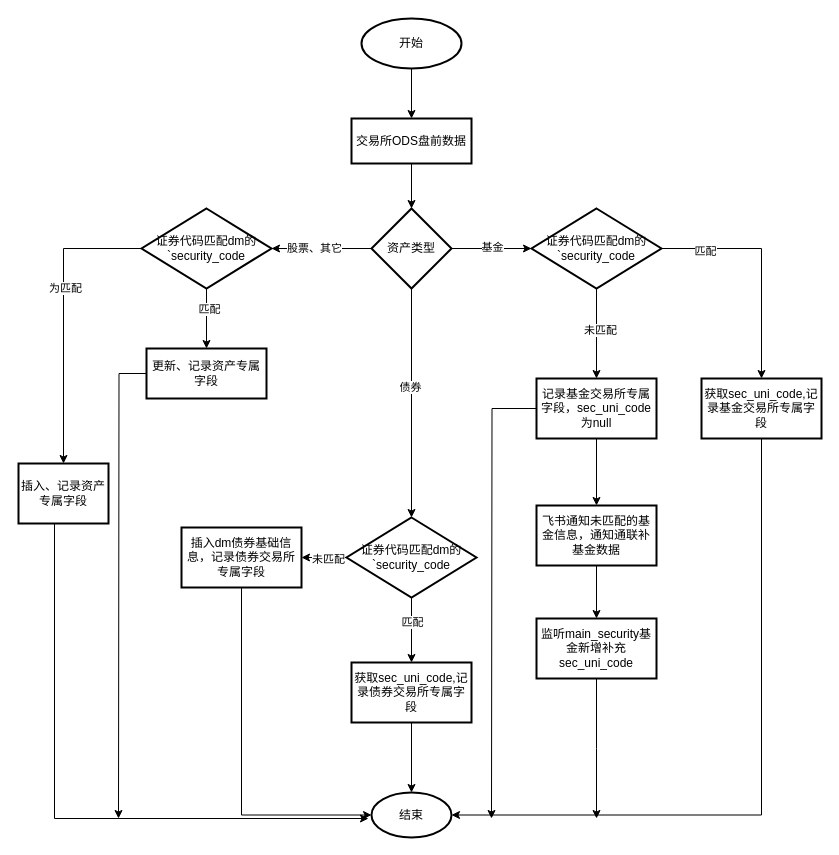
Earlier version of the draw.io diagram 未命名绘图.drawio (xbluckly/test). Source tidied: cells renumbered, new cells numbered last; positions are measured from the earlier drawing's top-left corner, leaving out a move shared by most shapes. Both pictures are drawn from the tidied source at 100%, with x=0, y=0 at pixel (18, 18).
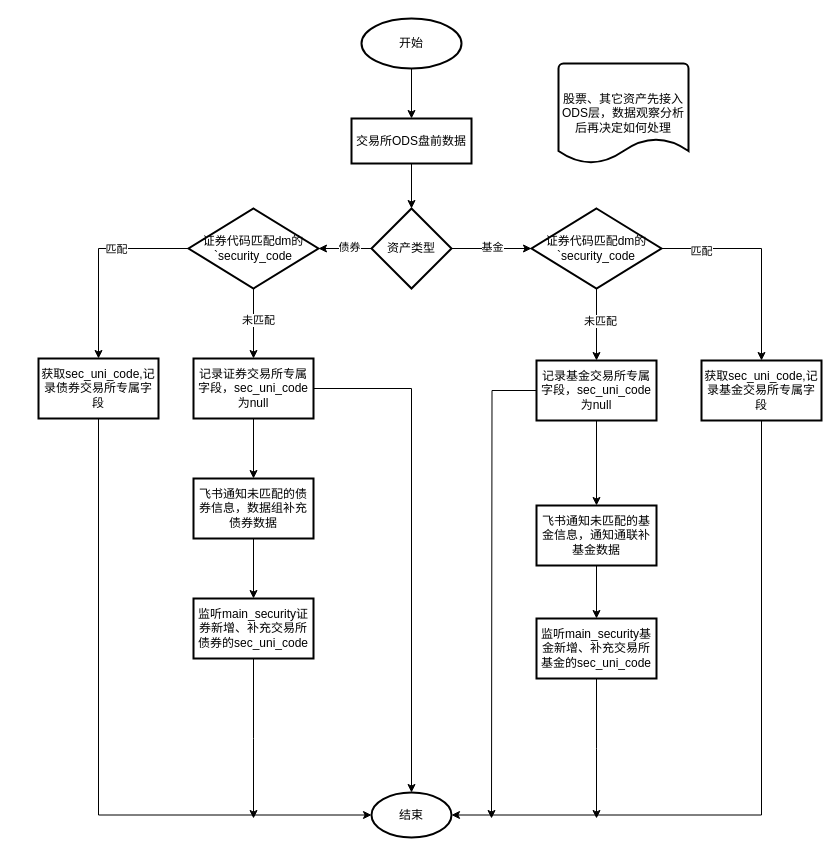
Above is the later version.

Commit message:
更新未命名绘图.drawio

Unchanged cells that the change refers to:
```xml
<mxCell id="12" value="资产类型" style="rhombus;whiteSpace=wrap;html=1;strokeWidth=2;" parent="1" vertex="1">
  <mxGeometry x="353" y="190" width="80" height="80" as="geometry" />
</mxCell>
<mxCell id="27" value="结束" style="ellipse;whiteSpace=wrap;html=1;strokeWidth=2;" parent="1" vertex="1">
  <mxGeometry x="353" y="774" width="80" height="45" as="geometry" />
</mxCell>
```

The edit, as a diff of the source:
```diff
@@
-    <mxCell id="10" style="edgeStyle=orthogonalEdgeStyle;rounded=0;jettySize=auto;html=1;entryX=1;entryY=0.5;entryDx=0;entryDy=0;" parent="1" edge="1" source="12" target="41">
-      <mxGeometry relative="1" as="geometry" />
-    </mxCell>
-    <mxCell id="11" value="股票、其它" style="edgeLabel;html=1;align=center;verticalAlign=middle;" parent="10" vertex="1">
-      <mxGeometry x="0.16" y="-1" relative="1" as="geometry" />
-    </mxCell>
@@
-    <mxCell id="15" style="edgeStyle=orthogonalEdgeStyle;rounded=0;jettySize=auto;html=1;" parent="1" edge="1" source="17" target="21">
-      <mxGeometry relative="1" as="geometry" />
-    </mxCell>
+    <mxCell id="46" style="edgeStyle=orthogonalEdgeStyle;rounded=0;jettySize=auto;html=1;entryX=0.5;entryY=0;entryDx=0;entryDy=0;" parent="1" edge="1" source="17" target="49">
+      <mxGeometry relative="1" as="geometry" />
+    </mxCell>
-    <mxCell id="16" value="未匹配" style="edgeLabel;html=1;align=center;verticalAlign=middle;" parent="15" vertex="1">
-      <mxGeometry x="-0.16" y="1" relative="1" as="geometry" />
+    <mxCell id="16" value="未匹配" style="edgeLabel;html=1;align=center;verticalAlign=middle;" parent="46" vertex="1">
+      <mxGeometry x="-0.12" y="4" relative="1" as="geometry" />
     </mxCell>
     <mxCell id="17" value="证券代码匹配dm的`security_code" style="rhombus;whiteSpace=wrap;html=1;strokeWidth=2;" parent="1" vertex="1">
-      <mxGeometry x="328" y="499" width="130" height="80" as="geometry" />
+      <mxGeometry x="170" y="190" width="130" height="80" as="geometry" />
     </mxCell>
-    <mxCell id="18" style="edgeStyle=orthogonalEdgeStyle;rounded=0;jettySize=auto;html=1;" parent="1" edge="1" source="19" target="27">
+    <mxCell id="18" style="edgeStyle=orthogonalEdgeStyle;rounded=0;jettySize=auto;html=1;entryX=0;entryY=0.5;entryDx=0;entryDy=0;exitX=0.5;exitY=1;exitDx=0;exitDy=0;" parent="1" edge="1" source="19" target="27">
       <mxGeometry relative="1" as="geometry" />
     </mxCell>
     <mxCell id="19" value="获取sec_uni_code,记录债券交易所专属字段" style="whiteSpace=wrap;html=1;strokeWidth=2;" parent="1" vertex="1">
-      <mxGeometry x="333" y="644" width="120" height="60" as="geometry" />
+      <mxGeometry x="20" y="340" width="120" height="60" as="geometry" />
     </mxCell>
-    <mxCell id="20" style="edgeStyle=orthogonalEdgeStyle;rounded=0;jettySize=auto;html=1;entryX=0;entryY=0.5;entryDx=0;entryDy=0;exitX=0.5;exitY=1;exitDx=0;exitDy=0;" parent="1" edge="1" source="21" target="27">
-      <mxGeometry relative="1" as="geometry" />
-    </mxCell>
-    <mxCell id="21" value="插入dm债券基础信息，记录债券交易所专属字段" style="whiteSpace=wrap;html=1;strokeWidth=2;" parent="1" vertex="1">
-      <mxGeometry x="163" y="509" width="120" height="60" as="geometry" />
-    </mxCell>
@@
     <mxCell id="30" value="记录基金交易所专属字段，sec_uni_code为null" style="whiteSpace=wrap;html=1;strokeWidth=2;" parent="1" vertex="1">
-      <mxGeometry x="518" y="360" width="120" height="60" as="geometry" />
+      <mxGeometry x="518" y="342" width="120" height="60" as="geometry" />
     </mxCell>
@@
     <mxCell id="32" value="获取sec_uni_code,记录基金交易所专属字段" style="whiteSpace=wrap;html=1;strokeWidth=2;" parent="1" vertex="1">
-      <mxGeometry x="683" y="360" width="120" height="60" as="geometry" />
+      <mxGeometry x="683" y="342" width="120" height="60" as="geometry" />
     </mxCell>
@@
-    <mxCell id="36" value="监听main_security基金新增补充sec_uni_code" style="whiteSpace=wrap;html=1;strokeWidth=2;" parent="1" vertex="1">
+    <mxCell id="36" value="监听main_security基金新增、补充交易所基金的sec_uni_code" style="whiteSpace=wrap;html=1;strokeWidth=2;" parent="1" vertex="1">
       <mxGeometry x="518" y="600" width="120" height="60" as="geometry" />
     </mxCell>
-    <mxCell id="37" style="edgeStyle=orthogonalEdgeStyle;rounded=0;jettySize=auto;html=1;" parent="1" edge="1" source="41" target="43">
-      <mxGeometry relative="1" as="geometry" />
-    </mxCell>
-    <mxCell id="38" value="匹配" style="edgeLabel;html=1;align=center;verticalAlign=middle;" parent="37" vertex="1">
-      <mxGeometry x="-0.32" y="2" relative="1" as="geometry" />
-    </mxCell>
-    <mxCell id="39" style="edgeStyle=orthogonalEdgeStyle;rounded=0;jettySize=auto;html=1;exitX=0;exitY=0.5;exitDx=0;exitDy=0;entryX=0.5;entryY=0;entryDx=0;entryDy=0;" parent="1" edge="1" source="41" target="45">
-      <mxGeometry relative="1" as="geometry" />
-    </mxCell>
-    <mxCell id="40" value="为匹配" style="edgeLabel;html=1;align=center;verticalAlign=middle;" parent="39" vertex="1">
-      <mxGeometry x="-0.2" y="1" relative="1" as="geometry" />
-    </mxCell>
-    <mxCell id="41" value="证券代码匹配dm的`security_code" style="rhombus;whiteSpace=wrap;html=1;strokeWidth=2;" parent="1" vertex="1">
-      <mxGeometry x="123" y="190" width="130" height="80" as="geometry" />
-    </mxCell>
-    <mxCell id="42" style="edgeStyle=orthogonalEdgeStyle;rounded=0;jettySize=auto;html=1;" parent="1" edge="1" source="43">
-      <mxGeometry relative="1" as="geometry">
-        <mxPoint x="100" y="800" as="targetPoint" />
-      </mxGeometry>
-    </mxCell>
-    <mxCell id="43" value="更新、记录资产专属字段" style="whiteSpace=wrap;html=1;strokeWidth=2;" parent="1" vertex="1">
-      <mxGeometry x="128" y="330" width="120" height="50" as="geometry" />
-    </mxCell>
-    <mxCell id="44" style="edgeStyle=orthogonalEdgeStyle;rounded=0;jettySize=auto;html=1;exitX=0.5;exitY=1;exitDx=0;exitDy=0;" parent="1" edge="1" source="45">
-      <mxGeometry relative="1" as="geometry">
-        <mxPoint x="350" y="800" as="targetPoint" />
-        <Array as="points">
-          <mxPoint x="36" y="505" />
-          <mxPoint x="36" y="800" />
-        </Array>
-      </mxGeometry>
-    </mxCell>
-    <mxCell id="45" value="插入、记录资产专属字段" style="whiteSpace=wrap;html=1;strokeWidth=2;" parent="1" vertex="1">
-      <mxGeometry y="445" width="90" height="60" as="geometry" />
-    </mxCell>
+    <mxCell id="47" style="edgeStyle=orthogonalEdgeStyle;rounded=0;jettySize=auto;html=1;" parent="1" edge="1" source="49" target="51">
+      <mxGeometry relative="1" as="geometry" />
+    </mxCell>
+    <mxCell id="48" style="edgeStyle=orthogonalEdgeStyle;rounded=0;jettySize=auto;html=1;entryX=0.5;entryY=0;entryDx=0;entryDy=0;" parent="1" edge="1" source="49" target="27">
+      <mxGeometry relative="1" as="geometry" />
+    </mxCell>
+    <mxCell id="49" value="记录证券交易所专属字段，sec_uni_code为null" style="whiteSpace=wrap;html=1;strokeWidth=2;" parent="1" vertex="1">
+      <mxGeometry x="175" y="340" width="120" height="60" as="geometry" />
+    </mxCell>
+    <mxCell id="50" style="edgeStyle=orthogonalEdgeStyle;rounded=0;jettySize=auto;html=1;" parent="1" edge="1" source="51" target="53">
+      <mxGeometry relative="1" as="geometry" />
+    </mxCell>
+    <mxCell id="51" value="飞书通知未匹配的债券信息，数据组补充债券数据" style="whiteSpace=wrap;html=1;strokeWidth=2;" parent="1" vertex="1">
+      <mxGeometry x="175" y="460" width="120" height="60" as="geometry" />
+    </mxCell>
+    <mxCell id="52" style="edgeStyle=orthogonalEdgeStyle;rounded=0;jettySize=auto;html=1;" parent="1" edge="1" source="53">
+      <mxGeometry relative="1" as="geometry">
+        <mxPoint x="235" y="800" as="targetPoint" />
+      </mxGeometry>
+    </mxCell>
+    <mxCell id="53" value="监听main_security证券新增、补充交易所债券的sec_uni_code" style="whiteSpace=wrap;html=1;strokeWidth=2;" parent="1" vertex="1">
+      <mxGeometry x="175" y="580" width="120" height="60" as="geometry" />
+    </mxCell>
+    <mxCell id="54" value="股票、其它资产先接入ODS层，数据观察分析后再决定如何处理" style="strokeWidth=2;html=1;shape=mxgraph.flowchart.document2;whiteSpace=wrap;size=0.25;" parent="1" vertex="1">
+      <mxGeometry x="540" y="45" width="130" height="100" as="geometry" />
+    </mxCell>
```
